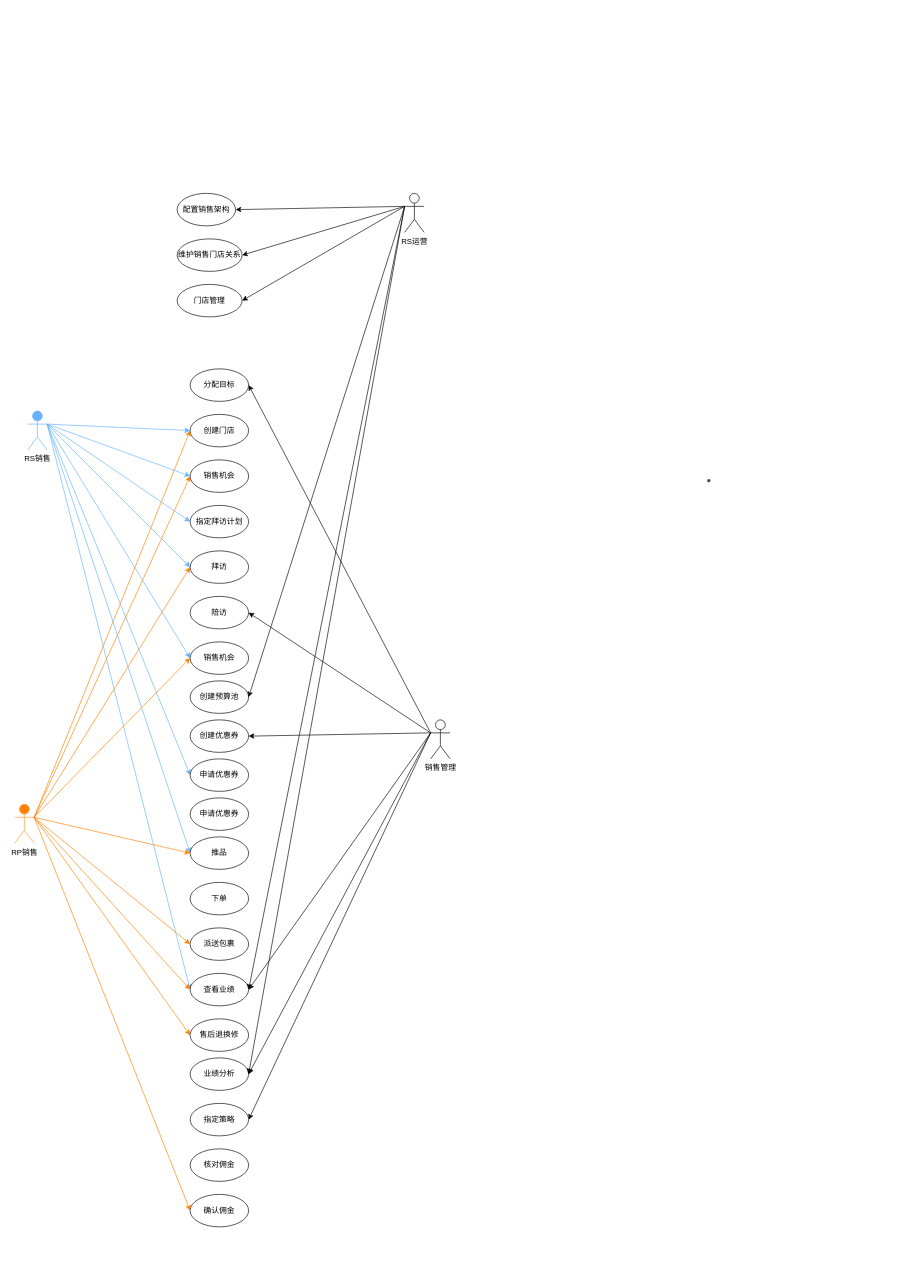
The draw.io diagram 渠道-用例图.drawio in shixiaoding/draw, before the edit. Source tidied: cells renumbered, new cells numbered last; positions are measured from the earlier drawing's top-left corner, leaving out a move shared by most shapes. Both pictures are drawn from the tidied source at 65%, with x=0, y=0 at pixel (14, 193).
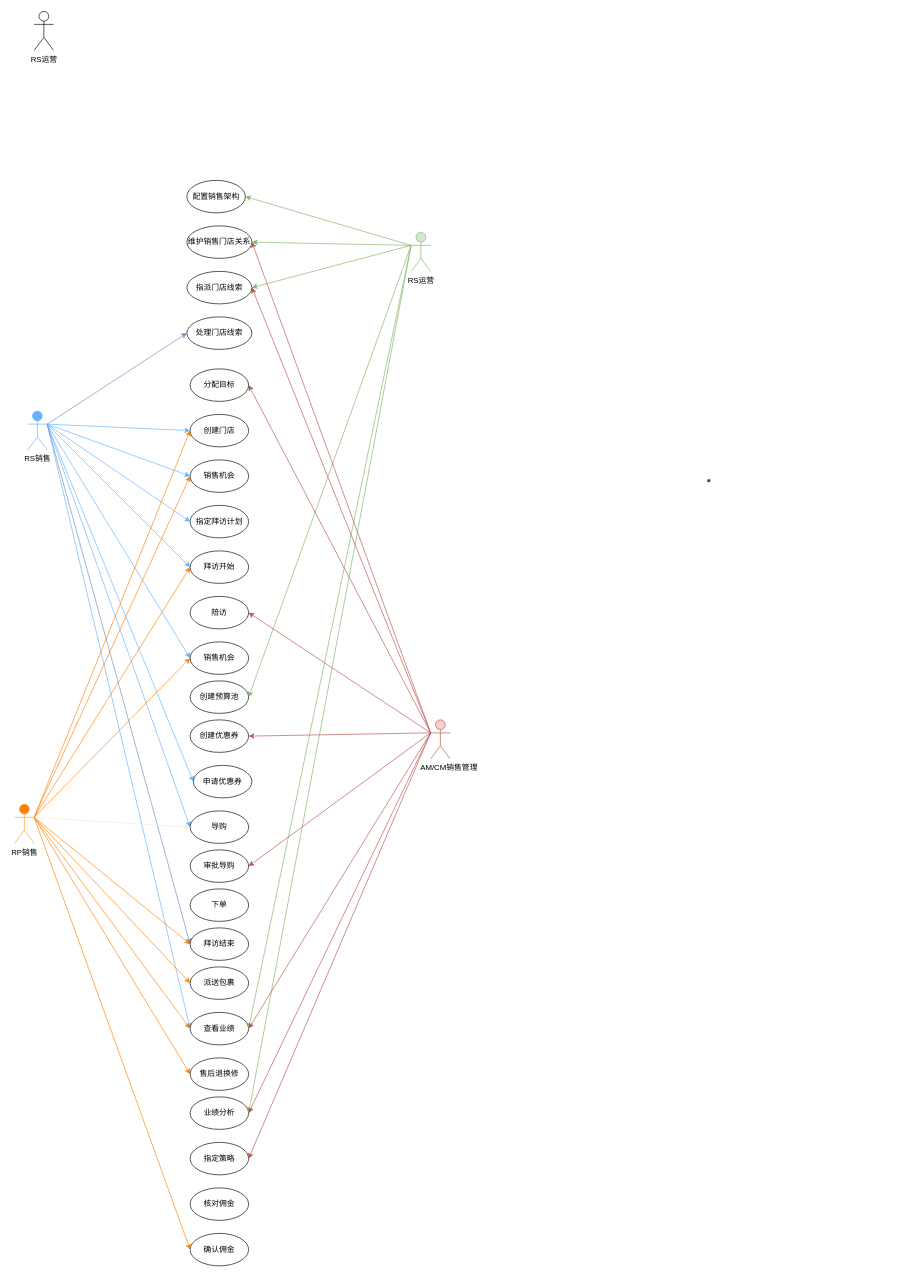
The same diagram, later.

Commit message (it also covers changes not shown here):
更新渠道-用例图.drawio

Unchanged cells that the change refers to:
```xml
<mxCell id="10" value="RS销售" style="shape=umlActor;verticalLabelPosition=bottom;verticalAlign=top;html=1;outlineConnect=0;fillColor=#66B2FF;strokeColor=#66B2FF;" parent="1" vertex="1">
  <mxGeometry x="20" y="335" width="30" height="60" as="geometry" />
</mxCell>
<mxCell id="15" value="陪访" style="ellipse;whiteSpace=wrap;html=1;" parent="1" vertex="1">
  <mxGeometry x="270" y="620" width="90" height="50" as="geometry" />
</mxCell>
<mxCell id="16" value="创建优惠券" style="ellipse;whiteSpace=wrap;html=1;" parent="1" vertex="1">
  <mxGeometry x="270" y="810" width="90" height="50" as="geometry" />
</mxCell>
<mxCell id="27" value="创建预算池" style="ellipse;whiteSpace=wrap;html=1;" parent="1" vertex="1">
  <mxGeometry x="270" y="750" width="90" height="50" as="geometry" />
</mxCell>
<mxCell id="39" value="RP销售" style="shape=umlActor;verticalLabelPosition=bottom;verticalAlign=top;html=1;outlineConnect=0;strokeColor=#FF9933;fillColor=#FF8000;" parent="1" vertex="1">
  <mxGeometry y="940" width="30" height="60" as="geometry" />
</mxCell>
<mxCell id="56" value="分配目标" style="ellipse;whiteSpace=wrap;html=1;" parent="1" vertex="1">
  <mxGeometry x="270" y="270" width="90" height="50" as="geometry" />
</mxCell>
```

Diff of the diagram source:
```diff
@@
+    <mxCell id="59" style="edgeStyle=none;rounded=0;jettySize=auto;html=1;exitX=1;exitY=0.3333333333333333;exitDx=0;exitDy=0;exitPerimeter=0;entryX=0;entryY=0.5;entryDx=0;entryDy=0;fillColor=#dae8fc;strokeColor=#6c8ebf;" parent="1" edge="1" source="10" target="69">
+      <mxGeometry relative="1" as="geometry" />
+    </mxCell>
+    <mxCell id="60" style="edgeStyle=none;rounded=0;jettySize=auto;html=1;exitX=1;exitY=0.3333333333333333;exitDx=0;exitDy=0;exitPerimeter=0;entryX=0;entryY=0.5;entryDx=0;entryDy=0;fillColor=#dae8fc;strokeColor=#6c8ebf;" parent="1" edge="1" source="10" target="70">
+      <mxGeometry relative="1" as="geometry" />
+    </mxCell>
@@
-    <mxCell id="14" value="拜访" style="ellipse;whiteSpace=wrap;html=1;" parent="1" vertex="1">
+    <mxCell id="14" value="拜访开始" style="ellipse;whiteSpace=wrap;html=1;" parent="1" vertex="1">
       <mxGeometry x="270" y="550" width="90" height="50" as="geometry" />
     </mxCell>
@@
     <mxCell id="17" value="申请优惠券" style="ellipse;whiteSpace=wrap;html=1;" parent="1" vertex="1">
-      <mxGeometry x="270" y="870" width="90" height="50" as="geometry" />
+      <mxGeometry x="275" y="880" width="90" height="50" as="geometry" />
     </mxCell>
-    <mxCell id="18" value="推品" style="ellipse;whiteSpace=wrap;html=1;" parent="1" vertex="1">
-      <mxGeometry x="270" y="990" width="90" height="50" as="geometry" />
+    <mxCell id="18" value="导购" style="ellipse;whiteSpace=wrap;html=1;" parent="1" vertex="1">
+      <mxGeometry x="270" y="950" width="90" height="50" as="geometry" />
     </mxCell>
     <mxCell id="19" value="下单" style="ellipse;whiteSpace=wrap;html=1;" parent="1" vertex="1">
-      <mxGeometry x="270" y="1060" width="90" height="50" as="geometry" />
+      <mxGeometry x="270" y="1070" width="90" height="50" as="geometry" />
     </mxCell>
     <mxCell id="20" value="查看业绩" style="ellipse;whiteSpace=wrap;html=1;" parent="1" vertex="1">
-      <mxGeometry x="270" y="1200" width="90" height="50" as="geometry" />
+      <mxGeometry x="270" y="1260" width="90" height="50" as="geometry" />
     </mxCell>
     <mxCell id="21" value="业绩分析" style="ellipse;whiteSpace=wrap;html=1;" parent="1" vertex="1">
-      <mxGeometry x="270" y="1330" width="90" height="50" as="geometry" />
+      <mxGeometry x="270" y="1390" width="90" height="50" as="geometry" />
     </mxCell>
     <mxCell id="22" value="指定策略" style="ellipse;whiteSpace=wrap;html=1;" parent="1" vertex="1">
-      <mxGeometry x="270" y="1400" width="90" height="50" as="geometry" />
+      <mxGeometry x="270" y="1460" width="90" height="50" as="geometry" />
     </mxCell>
     <mxCell id="23" value="派送包裹" style="ellipse;whiteSpace=wrap;html=1;" parent="1" vertex="1">
-      <mxGeometry x="270" y="1130" width="90" height="50" as="geometry" />
+      <mxGeometry x="270" y="1190" width="90" height="50" as="geometry" />
     </mxCell>
@@
     <mxCell id="25" value="核对佣金" style="ellipse;whiteSpace=wrap;html=1;" parent="1" vertex="1">
-      <mxGeometry x="270" y="1470" width="90" height="50" as="geometry" />
+      <mxGeometry x="270" y="1530" width="90" height="50" as="geometry" />
     </mxCell>
@@
     <mxCell id="28" value="确认佣金" style="ellipse;whiteSpace=wrap;html=1;" parent="1" vertex="1">
-      <mxGeometry x="270" y="1540" width="90" height="50" as="geometry" />
+      <mxGeometry x="270" y="1600" width="90" height="50" as="geometry" />
     </mxCell>
     <mxCell id="29" value="配置销售架构" style="ellipse;whiteSpace=wrap;html=1;" parent="1" vertex="1">
-      <mxGeometry x="250" width="90" height="50" as="geometry" />
+      <mxGeometry x="265" y="-20" width="90" height="50" as="geometry" />
     </mxCell>
@@
-    <mxCell id="34" style="edgeStyle=none;rounded=0;jettySize=auto;html=1;exitX=1;exitY=0.3333333333333333;exitDx=0;exitDy=0;exitPerimeter=0;entryX=0;entryY=0.5;entryDx=0;entryDy=0;fillColor=#ffe6cc;strokeColor=#FF8000;" parent="1" edge="1" source="39" target="18">
+    <mxCell id="34" style="edgeStyle=none;rounded=0;jettySize=auto;html=1;exitX=1;exitY=0.3333333333333333;exitDx=0;exitDy=0;exitPerimeter=0;entryX=0;entryY=0.5;entryDx=0;entryDy=0;fillColor=#ffe6cc;strokeColor=#FFE6CC;" parent="1" edge="1" source="39" target="18">
       <mxGeometry relative="1" as="geometry" />
     </mxCell>
@@
+    <mxCell id="61" style="edgeStyle=none;rounded=0;jettySize=auto;html=1;exitX=1;exitY=0.3333333333333333;exitDx=0;exitDy=0;exitPerimeter=0;entryX=0;entryY=0.5;entryDx=0;entryDy=0;fillColor=#ffe6cc;strokeColor=#FF8000;" parent="1" edge="1" source="39" target="70">
+      <mxGeometry relative="1" as="geometry" />
+    </mxCell>
@@
     <mxCell id="40" value="售后退换修" style="ellipse;whiteSpace=wrap;html=1;" parent="1" vertex="1">
-      <mxGeometry x="270" y="1270" width="90" height="50" as="geometry" />
+      <mxGeometry x="270" y="1330" width="90" height="50" as="geometry" />
     </mxCell>
-    <mxCell id="41" style="edgeStyle=none;rounded=0;jettySize=auto;html=1;entryX=1;entryY=0.5;entryDx=0;entryDy=0;" parent="1" edge="1" target="29">
+    <mxCell id="41" style="edgeStyle=none;rounded=0;jettySize=auto;html=1;entryX=1;entryY=0.5;entryDx=0;entryDy=0;fillColor=#d5e8d4;strokeColor=#82b366;" parent="1" edge="1" target="29">
       <mxGeometry relative="1" as="geometry">
-        <mxPoint x="600" y="20" as="sourcePoint" />
+        <mxPoint x="610" y="80" as="sourcePoint" />
       </mxGeometry>
     </mxCell>
-    <mxCell id="42" style="edgeStyle=none;rounded=0;jettySize=auto;html=1;exitX=0;exitY=0.3333333333333333;exitDx=0;exitDy=0;exitPerimeter=0;entryX=1;entryY=0.5;entryDx=0;entryDy=0;" parent="1" edge="1" source="47" target="48">
+    <mxCell id="42" style="edgeStyle=none;rounded=0;jettySize=auto;html=1;exitX=0;exitY=0.3333333333333333;exitDx=0;exitDy=0;exitPerimeter=0;entryX=1;entryY=0.5;entryDx=0;entryDy=0;fillColor=#d5e8d4;strokeColor=#82b366;" parent="1" edge="1" source="47" target="48">
       <mxGeometry relative="1" as="geometry" />
     </mxCell>
-    <mxCell id="43" style="edgeStyle=none;rounded=0;jettySize=auto;html=1;exitX=0;exitY=0.3333333333333333;exitDx=0;exitDy=0;exitPerimeter=0;entryX=1;entryY=0.5;entryDx=0;entryDy=0;" parent="1" edge="1" source="47" target="27">
+    <mxCell id="43" style="edgeStyle=none;rounded=0;jettySize=auto;html=1;exitX=0;exitY=0.3333333333333333;exitDx=0;exitDy=0;exitPerimeter=0;entryX=1;entryY=0.5;entryDx=0;entryDy=0;fillColor=#d5e8d4;strokeColor=#82b366;" parent="1" edge="1" source="47" target="27">
       <mxGeometry relative="1" as="geometry" />
     </mxCell>
-    <mxCell id="44" style="edgeStyle=none;rounded=0;jettySize=auto;html=1;exitX=0;exitY=0.3333333333333333;exitDx=0;exitDy=0;exitPerimeter=0;entryX=1;entryY=0.5;entryDx=0;entryDy=0;" parent="1" edge="1" source="47" target="20">
+    <mxCell id="44" style="edgeStyle=none;rounded=0;jettySize=auto;html=1;exitX=0;exitY=0.3333333333333333;exitDx=0;exitDy=0;exitPerimeter=0;entryX=1;entryY=0.5;entryDx=0;entryDy=0;fillColor=#d5e8d4;strokeColor=#82b366;" parent="1" edge="1" source="47" target="20">
       <mxGeometry relative="1" as="geometry" />
     </mxCell>
-    <mxCell id="45" style="edgeStyle=none;rounded=0;jettySize=auto;html=1;exitX=0;exitY=0.3333333333333333;exitDx=0;exitDy=0;exitPerimeter=0;entryX=1;entryY=0.5;entryDx=0;entryDy=0;" parent="1" edge="1" source="47" target="21">
+    <mxCell id="45" style="edgeStyle=none;rounded=0;jettySize=auto;html=1;exitX=0;exitY=0.3333333333333333;exitDx=0;exitDy=0;exitPerimeter=0;entryX=1;entryY=0.5;entryDx=0;entryDy=0;fillColor=#d5e8d4;strokeColor=#82b366;" parent="1" edge="1" source="47" target="21">
       <mxGeometry relative="1" as="geometry" />
     </mxCell>
-    <mxCell id="46" style="edgeStyle=none;rounded=0;jettySize=auto;html=1;exitX=0;exitY=0.3333333333333333;exitDx=0;exitDy=0;exitPerimeter=0;entryX=1;entryY=0.5;entryDx=0;entryDy=0;" parent="1" edge="1" source="47" target="58">
-      <mxGeometry relative="1" as="geometry" />
-    </mxCell>
+    <mxCell id="62" style="edgeStyle=none;rounded=0;jettySize=auto;html=1;exitX=0;exitY=0.3333333333333333;exitDx=0;exitDy=0;exitPerimeter=0;entryX=1;entryY=0.5;entryDx=0;entryDy=0;fillColor=#d5e8d4;strokeColor=#82b366;" parent="1" edge="1" source="47" target="68">
+      <mxGeometry relative="1" as="geometry" />
+    </mxCell>
-    <mxCell id="47" value="RS运营" style="shape=umlActor;verticalLabelPosition=bottom;verticalAlign=top;html=1;outlineConnect=0;" parent="1" vertex="1">
-      <mxGeometry x="600" width="30" height="60" as="geometry" />
+    <mxCell id="47" value="RS运营" style="shape=umlActor;verticalLabelPosition=bottom;verticalAlign=top;html=1;outlineConnect=0;fillColor=#d5e8d4;strokeColor=#82b366;" parent="1" vertex="1">
+      <mxGeometry x="610" y="60" width="30" height="60" as="geometry" />
     </mxCell>
     <mxCell id="48" value="维护销售门店关系" style="ellipse;whiteSpace=wrap;html=1;" parent="1" vertex="1">
-      <mxGeometry x="250" y="70" width="100" height="50" as="geometry" />
+      <mxGeometry x="265" y="50" width="100" height="50" as="geometry" />
     </mxCell>
-    <mxCell id="49" style="edgeStyle=none;rounded=0;jettySize=auto;html=1;entryX=1;entryY=0.5;entryDx=0;entryDy=0;exitX=0;exitY=0.3333333333333333;exitDx=0;exitDy=0;exitPerimeter=0;" parent="1" edge="1" source="55" target="56">
+    <mxCell id="49" style="edgeStyle=none;rounded=0;jettySize=auto;html=1;entryX=1;entryY=0.5;entryDx=0;entryDy=0;exitX=0;exitY=0.3333333333333333;exitDx=0;exitDy=0;exitPerimeter=0;fillColor=#f8cecc;strokeColor=#b85450;" parent="1" edge="1" source="55" target="56">
       <mxGeometry relative="1" as="geometry" />
     </mxCell>
-    <mxCell id="50" style="edgeStyle=none;rounded=0;jettySize=auto;html=1;exitX=0;exitY=0.3333333333333333;exitDx=0;exitDy=0;exitPerimeter=0;entryX=1;entryY=0.5;entryDx=0;entryDy=0;" parent="1" edge="1" source="55" target="15">
+    <mxCell id="50" style="edgeStyle=none;rounded=0;jettySize=auto;html=1;exitX=0;exitY=0.3333333333333333;exitDx=0;exitDy=0;exitPerimeter=0;entryX=1;entryY=0.5;entryDx=0;entryDy=0;fillColor=#f8cecc;strokeColor=#b85450;" parent="1" edge="1" source="55" target="15">
       <mxGeometry relative="1" as="geometry" />
     </mxCell>
-    <mxCell id="51" style="edgeStyle=none;rounded=0;jettySize=auto;html=1;exitX=0;exitY=0.3333333333333333;exitDx=0;exitDy=0;exitPerimeter=0;entryX=1;entryY=0.5;entryDx=0;entryDy=0;" parent="1" edge="1" source="55" target="16">
+    <mxCell id="51" style="edgeStyle=none;rounded=0;jettySize=auto;html=1;exitX=0;exitY=0.3333333333333333;exitDx=0;exitDy=0;exitPerimeter=0;entryX=1;entryY=0.5;entryDx=0;entryDy=0;fillColor=#f8cecc;strokeColor=#b85450;" parent="1" edge="1" source="55" target="16">
       <mxGeometry relative="1" as="geometry" />
     </mxCell>
-    <mxCell id="52" style="edgeStyle=none;rounded=0;jettySize=auto;html=1;exitX=0;exitY=0.3333333333333333;exitDx=0;exitDy=0;exitPerimeter=0;entryX=1;entryY=0.5;entryDx=0;entryDy=0;" parent="1" edge="1" source="55" target="20">
+    <mxCell id="52" style="edgeStyle=none;rounded=0;jettySize=auto;html=1;exitX=0;exitY=0.3333333333333333;exitDx=0;exitDy=0;exitPerimeter=0;entryX=1;entryY=0.5;entryDx=0;entryDy=0;fillColor=#f8cecc;strokeColor=#b85450;" parent="1" edge="1" source="55" target="20">
       <mxGeometry relative="1" as="geometry" />
     </mxCell>
-    <mxCell id="53" style="edgeStyle=none;rounded=0;jettySize=auto;html=1;exitX=0;exitY=0.3333333333333333;exitDx=0;exitDy=0;exitPerimeter=0;entryX=1;entryY=0.5;entryDx=0;entryDy=0;" parent="1" edge="1" source="55" target="21">
+    <mxCell id="53" style="edgeStyle=none;rounded=0;jettySize=auto;html=1;exitX=0;exitY=0.3333333333333333;exitDx=0;exitDy=0;exitPerimeter=0;entryX=1;entryY=0.5;entryDx=0;entryDy=0;fillColor=#f8cecc;strokeColor=#b85450;" parent="1" edge="1" source="55" target="21">
       <mxGeometry relative="1" as="geometry" />
     </mxCell>
-    <mxCell id="54" style="edgeStyle=none;rounded=0;jettySize=auto;html=1;exitX=0;exitY=0.3333333333333333;exitDx=0;exitDy=0;exitPerimeter=0;entryX=1;entryY=0.5;entryDx=0;entryDy=0;" parent="1" edge="1" source="55" target="22">
+    <mxCell id="54" style="edgeStyle=none;rounded=0;jettySize=auto;html=1;exitX=0;exitY=0.3333333333333333;exitDx=0;exitDy=0;exitPerimeter=0;entryX=1;entryY=0.5;entryDx=0;entryDy=0;fillColor=#f8cecc;strokeColor=#b85450;" parent="1" edge="1" source="55" target="22">
       <mxGeometry relative="1" as="geometry" />
     </mxCell>
+    <mxCell id="63" style="edgeStyle=none;rounded=0;jettySize=auto;html=1;exitX=0;exitY=0.3333333333333333;exitDx=0;exitDy=0;exitPerimeter=0;entryX=1;entryY=0.5;entryDx=0;entryDy=0;fillColor=#f8cecc;strokeColor=#b85450;" parent="1" edge="1" source="55" target="67">
+      <mxGeometry relative="1" as="geometry" />
+    </mxCell>
+    <mxCell id="64" style="edgeStyle=none;rounded=0;jettySize=auto;html=1;exitX=0;exitY=0.3333333333333333;exitDx=0;exitDy=0;exitPerimeter=0;entryX=1;entryY=0.5;entryDx=0;entryDy=0;fillColor=#f8cecc;strokeColor=#b85450;" parent="1" edge="1" source="55" target="48">
+      <mxGeometry relative="1" as="geometry" />
+    </mxCell>
+    <mxCell id="65" style="edgeStyle=none;rounded=0;jettySize=auto;html=1;exitX=0;exitY=0.3333333333333333;exitDx=0;exitDy=0;exitPerimeter=0;entryX=1;entryY=0.5;entryDx=0;entryDy=0;fillColor=#f8cecc;strokeColor=#b85450;" parent="1" edge="1" source="55" target="68">
+      <mxGeometry relative="1" as="geometry" />
+    </mxCell>
-    <mxCell id="55" value="销售管理" style="shape=umlActor;verticalLabelPosition=bottom;verticalAlign=top;html=1;outlineConnect=0;" parent="1" vertex="1">
+    <mxCell id="55" value="&amp;nbsp; &amp;nbsp; &amp;nbsp; &amp;nbsp; AM/CM销售管理" style="shape=umlActor;verticalLabelPosition=bottom;verticalAlign=top;html=1;outlineConnect=0;fillColor=#f8cecc;strokeColor=#b85450;" parent="1" vertex="1">
       <mxGeometry x="640" y="810" width="30" height="60" as="geometry" />
     </mxCell>
@@
-    <mxCell id="57" value="申请优惠券" style="ellipse;whiteSpace=wrap;html=1;" parent="1" vertex="1">
-      <mxGeometry x="270" y="930" width="90" height="50" as="geometry" />
-    </mxCell>
-    <mxCell id="58" value="门店管理" style="ellipse;whiteSpace=wrap;html=1;" parent="1" vertex="1">
-      <mxGeometry x="250" y="140" width="100" height="50" as="geometry" />
-    </mxCell>
+    <mxCell id="66" value="RS运营" style="shape=umlActor;verticalLabelPosition=bottom;verticalAlign=top;html=1;" parent="1" vertex="1">
+      <mxGeometry x="30" y="-280" width="30" height="60" as="geometry" />
+    </mxCell>
+    <mxCell id="67" value="审批导购" style="ellipse;whiteSpace=wrap;html=1;" parent="1" vertex="1">
+      <mxGeometry x="270" y="1010" width="90" height="50" as="geometry" />
+    </mxCell>
+    <mxCell id="68" value="指派门店线索" style="ellipse;whiteSpace=wrap;html=1;" parent="1" vertex="1">
+      <mxGeometry x="265" y="120" width="100" height="50" as="geometry" />
+    </mxCell>
+    <mxCell id="69" value="处理门店线索" style="ellipse;whiteSpace=wrap;html=1;" parent="1" vertex="1">
+      <mxGeometry x="265" y="190" width="100" height="50" as="geometry" />
+    </mxCell>
+    <mxCell id="70" value="拜访结束" style="ellipse;whiteSpace=wrap;html=1;" parent="1" vertex="1">
+      <mxGeometry x="270" y="1130" width="90" height="50" as="geometry" />
+    </mxCell>
```
